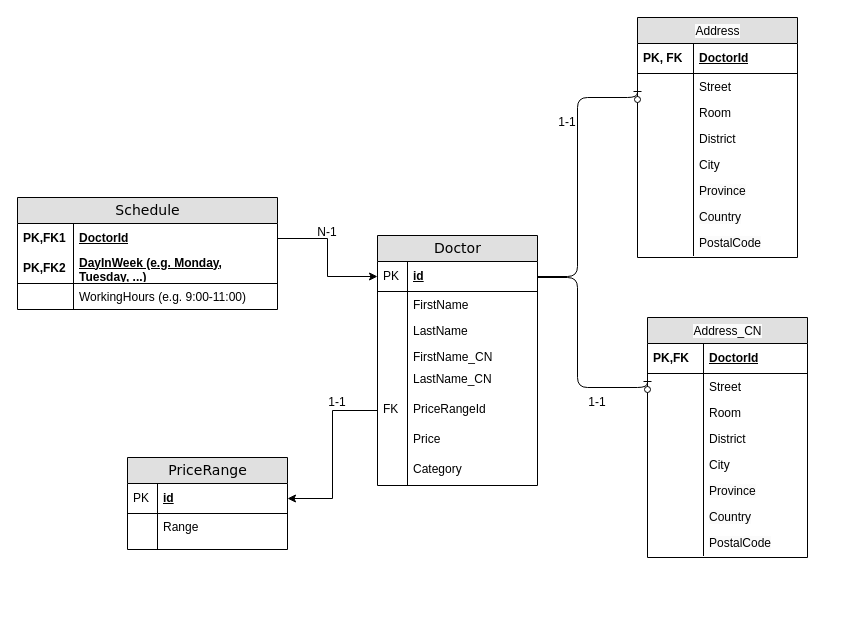
Before: ER.drawio in minozihao/python_backend_doctor_project, a draw.io diagram. Source tidied: cells renumbered, new cells numbered last; positions are measured from the earlier drawing's top-left corner, leaving out a move shared by most shapes. Both pictures are drawn from the tidied source at 100%, with x=0, y=0 at pixel (17, 17).
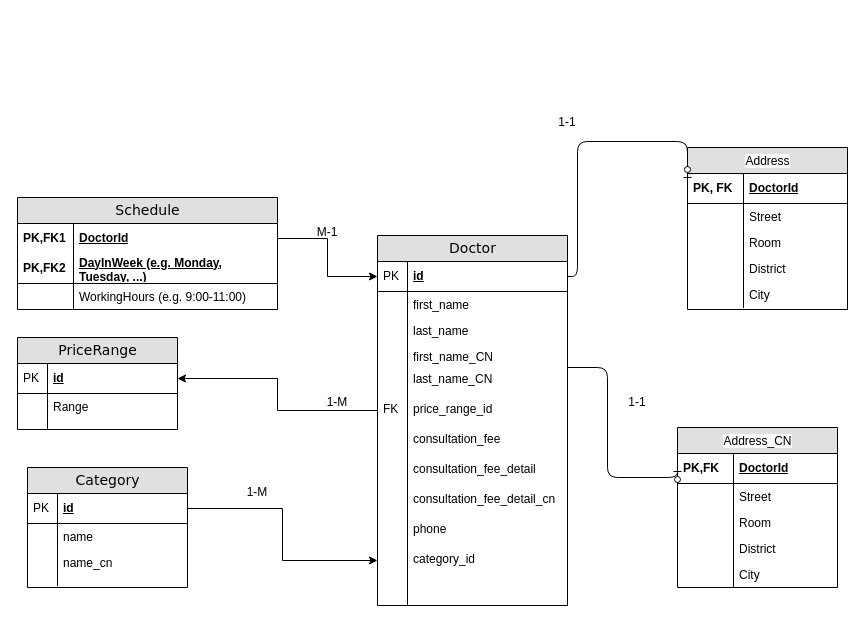
Above is the later version.

Unchanged cells that the change refers to:
```xml
<mxCell id="3" value="DoctorId" style="shape=partialRectangle;top=0;left=0;right=0;bottom=1;html=1;align=left;verticalAlign=middle;fillColor=none;spacingLeft=60;spacingRight=4;whiteSpace=wrap;overflow=hidden;points=[[0,0.5],[1,0.5]];portConstraint=eastwest;fontStyle=5;" parent="2" vertex="1">
  <mxGeometry y="26" width="160" height="30" as="geometry" />
</mxCell>
```

What changed in the source:
```diff
@@
     <mxCell id="2" value="&lt;span style=&quot;color: rgb(0, 0, 0); font-family: Helvetica; font-size: 12px; font-style: normal; font-variant-ligatures: normal; font-variant-caps: normal; font-weight: 400; letter-spacing: normal; orphans: 2; text-align: left; text-indent: 0px; text-transform: none; white-space: normal; widows: 2; word-spacing: 0px; -webkit-text-stroke-width: 0px; background-color: rgb(251, 251, 251); text-decoration-thickness: initial; text-decoration-style: initial; text-decoration-color: initial; display: inline !important; float: none;&quot;&gt;Address&lt;/span&gt;" style="swimlane;html=1;fontStyle=0;horizontal=1;startSize=26;fillColor=#e0e0e0;swimlaneFillColor=#ffffff;align=center;rounded=0;shadow=0;comic=0;labelBackgroundColor=none;strokeWidth=1;fontFamily=Verdana;fontSize=14;" parent="1" vertex="1">
-      <mxGeometry x="620" width="160" height="240" as="geometry" />
+      <mxGeometry x="670" y="130" width="160" height="162" as="geometry" />
     </mxCell>
@@
-    <mxCell id="13" value="&lt;span style=&quot;color: rgb(0, 0, 0); font-family: Helvetica; font-size: 12px; font-style: normal; font-variant-ligatures: normal; font-variant-caps: normal; font-weight: 400; letter-spacing: normal; orphans: 2; text-align: left; text-indent: 0px; text-transform: none; white-space: normal; widows: 2; word-spacing: 0px; -webkit-text-stroke-width: 0px; background-color: rgb(251, 251, 251); text-decoration-thickness: initial; text-decoration-style: initial; text-decoration-color: initial; display: inline !important; float: none;&quot;&gt;Province&lt;/span&gt;" style="shape=partialRectangle;top=0;left=0;right=0;bottom=0;html=1;align=left;verticalAlign=top;fillColor=none;spacingLeft=60;spacingRight=4;whiteSpace=wrap;overflow=hidden;" parent="2" vertex="1">
-      <mxGeometry y="160" width="160" height="26" as="geometry" />
-    </mxCell>
-    <mxCell id="14" style="shape=partialRectangle;top=0;left=0;bottom=0;html=1;fillColor=none;align=left;verticalAlign=top;spacingLeft=4;spacingRight=4;whiteSpace=wrap;overflow=hidden;" parent="13" vertex="1">
-      <mxGeometry width="56" height="26" as="geometry" />
-    </mxCell>
-    <mxCell id="15" value="&lt;span style=&quot;color: rgb(0, 0, 0); font-family: Helvetica; font-size: 12px; font-style: normal; font-variant-ligatures: normal; font-variant-caps: normal; font-weight: 400; letter-spacing: normal; orphans: 2; text-align: left; text-indent: 0px; text-transform: none; white-space: normal; widows: 2; word-spacing: 0px; -webkit-text-stroke-width: 0px; background-color: rgb(251, 251, 251); text-decoration-thickness: initial; text-decoration-style: initial; text-decoration-color: initial; display: inline !important; float: none;&quot;&gt;Country&lt;/span&gt;" style="shape=partialRectangle;top=0;left=0;right=0;bottom=0;html=1;align=left;verticalAlign=top;fillColor=none;spacingLeft=60;spacingRight=4;whiteSpace=wrap;overflow=hidden;" parent="2" vertex="1">
-      <mxGeometry y="186" width="160" height="26" as="geometry" />
-    </mxCell>
-    <mxCell id="16" style="shape=partialRectangle;top=0;left=0;bottom=0;html=1;fillColor=none;align=left;verticalAlign=top;spacingLeft=4;spacingRight=4;whiteSpace=wrap;overflow=hidden;" parent="15" vertex="1">
-      <mxGeometry width="56" height="26" as="geometry" />
-    </mxCell>
-    <mxCell id="17" value="&lt;span style=&quot;color: rgb(0, 0, 0); font-family: Helvetica; font-size: 12px; font-style: normal; font-variant-ligatures: normal; font-variant-caps: normal; font-weight: 400; letter-spacing: normal; orphans: 2; text-align: left; text-indent: 0px; text-transform: none; white-space: normal; widows: 2; word-spacing: 0px; -webkit-text-stroke-width: 0px; background-color: rgb(251, 251, 251); text-decoration-thickness: initial; text-decoration-style: initial; text-decoration-color: initial; display: inline !important; float: none;&quot;&gt;PostalCode&lt;/span&gt;" style="shape=partialRectangle;top=0;left=0;right=0;bottom=0;html=1;align=left;verticalAlign=top;fillColor=none;spacingLeft=60;spacingRight=4;whiteSpace=wrap;overflow=hidden;" parent="2" vertex="1">
-      <mxGeometry y="212" width="160" height="26" as="geometry" />
-    </mxCell>
-    <mxCell id="18" style="shape=partialRectangle;top=0;left=0;bottom=0;html=1;fillColor=none;align=left;verticalAlign=top;spacingLeft=4;spacingRight=4;whiteSpace=wrap;overflow=hidden;" parent="17" vertex="1">
-      <mxGeometry width="56" height="26" as="geometry" />
-    </mxCell>
     <mxCell id="19" value="PriceRange" style="swimlane;html=1;fontStyle=0;horizontal=1;startSize=26;fillColor=#e0e0e0;swimlaneFillColor=#ffffff;align=center;rounded=0;shadow=0;comic=0;labelBackgroundColor=none;strokeWidth=1;fontFamily=Verdana;fontSize=14;swimlaneLine=1;" parent="1" vertex="1">
-      <mxGeometry x="110" y="440" width="160" height="92" as="geometry" />
+      <mxGeometry y="320" width="160" height="92" as="geometry" />
     </mxCell>
@@
     <mxCell id="26" value="Doctor" style="swimlane;html=1;fontStyle=0;horizontal=1;startSize=26;fillColor=#e0e0e0;swimlaneFillColor=#ffffff;align=center;rounded=0;shadow=0;comic=0;labelBackgroundColor=none;strokeWidth=1;fontFamily=Verdana;fontSize=14;direction=east;" parent="1" vertex="1">
-      <mxGeometry x="360" y="218" width="160" height="250" as="geometry" />
+      <mxGeometry x="360" y="218" width="190" height="370" as="geometry" />
     </mxCell>
     <mxCell id="27" value="id" style="shape=partialRectangle;top=0;left=0;right=0;bottom=1;html=1;align=left;verticalAlign=middle;fillColor=none;spacingLeft=34;spacingRight=4;whiteSpace=wrap;overflow=hidden;points=[[0,0.5],[1,0.5]];portConstraint=eastwest;fontStyle=5;" parent="26" vertex="1">
-      <mxGeometry y="26" width="160" height="30" as="geometry" />
+      <mxGeometry y="26" width="190" height="30" as="geometry" />
     </mxCell>
@@
-    <mxCell id="29" value="FirstName" style="shape=partialRectangle;top=0;left=0;right=0;bottom=0;html=1;align=left;verticalAlign=top;fillColor=none;spacingLeft=34;spacingRight=4;whiteSpace=wrap;overflow=hidden;" parent="26" vertex="1">
-      <mxGeometry y="56" width="160" height="26" as="geometry" />
+    <mxCell id="29" value="first_name" style="shape=partialRectangle;top=0;left=0;right=0;bottom=0;html=1;align=left;verticalAlign=top;fillColor=none;spacingLeft=34;spacingRight=4;whiteSpace=wrap;overflow=hidden;" parent="26" vertex="1">
+      <mxGeometry y="56" width="190" height="26" as="geometry" />
     </mxCell>
@@
-    <mxCell id="31" value="LastName" style="shape=partialRectangle;top=0;left=0;right=0;bottom=0;html=1;align=left;verticalAlign=top;fillColor=none;spacingLeft=34;spacingRight=4;whiteSpace=wrap;overflow=hidden;" parent="26" vertex="1">
-      <mxGeometry y="82" width="160" height="26" as="geometry" />
+    <mxCell id="31" value="last_name" style="shape=partialRectangle;top=0;left=0;right=0;bottom=0;html=1;align=left;verticalAlign=top;fillColor=none;spacingLeft=34;spacingRight=4;whiteSpace=wrap;overflow=hidden;" parent="26" vertex="1">
+      <mxGeometry y="82" width="190" height="26" as="geometry" />
     </mxCell>
@@
-    <mxCell id="33" value="FirstName_CN" style="shape=partialRectangle;top=0;left=0;right=0;bottom=0;html=1;align=left;verticalAlign=top;fillColor=none;spacingLeft=34;spacingRight=4;whiteSpace=wrap;overflow=hidden;" parent="26" vertex="1">
-      <mxGeometry y="108" width="160" height="22" as="geometry" />
+    <mxCell id="33" value="first_name_CN" style="shape=partialRectangle;top=0;left=0;right=0;bottom=0;html=1;align=left;verticalAlign=top;fillColor=none;spacingLeft=34;spacingRight=4;whiteSpace=wrap;overflow=hidden;" parent="26" vertex="1">
+      <mxGeometry y="108" width="190" height="22" as="geometry" />
     </mxCell>
@@
-    <mxCell id="35" value="LastName_CN" style="shape=partialRectangle;top=0;left=0;right=0;bottom=0;html=1;align=left;verticalAlign=top;fillColor=none;spacingLeft=34;spacingRight=4;whiteSpace=wrap;overflow=hidden;" parent="26" vertex="1">
-      <mxGeometry y="130" width="160" height="30" as="geometry" />
+    <mxCell id="35" value="last_name_CN" style="shape=partialRectangle;top=0;left=0;right=0;bottom=0;html=1;align=left;verticalAlign=top;fillColor=none;spacingLeft=34;spacingRight=4;whiteSpace=wrap;overflow=hidden;" parent="26" vertex="1">
+      <mxGeometry y="130" width="190" height="30" as="geometry" />
     </mxCell>
@@
-    <mxCell id="37" value="PriceRangeId" style="shape=partialRectangle;top=0;left=0;right=0;bottom=0;html=1;align=left;verticalAlign=top;fillColor=none;spacingLeft=34;spacingRight=4;whiteSpace=wrap;overflow=hidden;points=[[0,0.5],[1,0.5]];portConstraint=eastwest;" parent="26" vertex="1">
-      <mxGeometry y="160" width="160" height="30" as="geometry" />
+    <mxCell id="37" value="price_range_id" style="shape=partialRectangle;top=0;left=0;right=0;bottom=0;html=1;align=left;verticalAlign=top;fillColor=none;spacingLeft=34;spacingRight=4;whiteSpace=wrap;overflow=hidden;points=[[0,0.5],[1,0.5]];portConstraint=eastwest;" parent="26" vertex="1">
+      <mxGeometry y="160" width="190" height="30" as="geometry" />
     </mxCell>
@@
-    <mxCell id="39" value="Price" style="shape=partialRectangle;top=0;left=0;right=0;bottom=0;html=1;align=left;verticalAlign=top;fillColor=none;spacingLeft=34;spacingRight=4;whiteSpace=wrap;overflow=hidden;" parent="26" vertex="1">
-      <mxGeometry y="190" width="160" height="30" as="geometry" />
+    <mxCell id="39" value="consultation_fee" style="shape=partialRectangle;top=0;left=0;right=0;bottom=0;html=1;align=left;verticalAlign=top;fillColor=none;spacingLeft=34;spacingRight=4;whiteSpace=wrap;overflow=hidden;" parent="26" vertex="1">
+      <mxGeometry y="190" width="190" height="30" as="geometry" />
     </mxCell>
@@
-    <mxCell id="41" value="Category" style="shape=partialRectangle;top=0;left=0;right=0;bottom=0;html=1;align=left;verticalAlign=top;fillColor=none;spacingLeft=34;spacingRight=4;whiteSpace=wrap;overflow=hidden;" parent="26" vertex="1">
-      <mxGeometry y="220" width="160" height="30" as="geometry" />
+    <mxCell id="41" value="consultation_fee_detail" style="shape=partialRectangle;top=0;left=0;right=0;bottom=0;html=1;align=left;verticalAlign=top;fillColor=none;spacingLeft=34;spacingRight=4;whiteSpace=wrap;overflow=hidden;" parent="26" vertex="1">
+      <mxGeometry y="220" width="190" height="30" as="geometry" />
     </mxCell>
@@
+    <mxCell id="75" value="consultation_fee_detail_cn" style="shape=partialRectangle;top=0;left=0;right=0;bottom=0;html=1;align=left;verticalAlign=top;fillColor=none;spacingLeft=34;spacingRight=4;whiteSpace=wrap;overflow=hidden;" parent="26" vertex="1">
+      <mxGeometry y="250" width="190" height="30" as="geometry" />
+    </mxCell>
+    <mxCell id="76" style="shape=partialRectangle;top=0;left=0;bottom=0;html=1;fillColor=none;align=left;verticalAlign=top;spacingLeft=4;spacingRight=4;whiteSpace=wrap;overflow=hidden;" parent="75" vertex="1">
+      <mxGeometry width="30" height="30" as="geometry" />
+    </mxCell>
+    <mxCell id="77" value="phone" style="shape=partialRectangle;top=0;left=0;right=0;bottom=0;html=1;align=left;verticalAlign=top;fillColor=none;spacingLeft=34;spacingRight=4;whiteSpace=wrap;overflow=hidden;" parent="26" vertex="1">
+      <mxGeometry y="280" width="190" height="30" as="geometry" />
+    </mxCell>
+    <mxCell id="78" style="shape=partialRectangle;top=0;left=0;bottom=0;html=1;fillColor=none;align=left;verticalAlign=top;spacingLeft=4;spacingRight=4;whiteSpace=wrap;overflow=hidden;" parent="77" vertex="1">
+      <mxGeometry width="30" height="30" as="geometry" />
+    </mxCell>
+    <mxCell id="79" value="category_id" style="shape=partialRectangle;top=0;left=0;right=0;bottom=0;html=1;align=left;verticalAlign=top;fillColor=none;spacingLeft=34;spacingRight=4;whiteSpace=wrap;overflow=hidden;points=[[0,0.5],[1,0.5]];portConstraint=eastwest;" parent="26" vertex="1">
+      <mxGeometry y="310" width="190" height="30" as="geometry" />
+    </mxCell>
+    <mxCell id="80" style="shape=partialRectangle;top=0;left=0;bottom=0;html=1;fillColor=none;align=left;verticalAlign=top;spacingLeft=4;spacingRight=4;whiteSpace=wrap;overflow=hidden;" parent="79" vertex="1">
+      <mxGeometry width="30" height="30" as="geometry" />
+    </mxCell>
+    <mxCell id="81" style="shape=partialRectangle;top=0;left=0;right=0;bottom=0;html=1;align=left;verticalAlign=top;fillColor=none;spacingLeft=34;spacingRight=4;whiteSpace=wrap;overflow=hidden;" parent="26" vertex="1">
+      <mxGeometry y="340" width="190" height="30" as="geometry" />
+    </mxCell>
+    <mxCell id="82" style="shape=partialRectangle;top=0;left=0;bottom=0;html=1;fillColor=none;align=left;verticalAlign=top;spacingLeft=4;spacingRight=4;whiteSpace=wrap;overflow=hidden;" parent="81" vertex="1">
+      <mxGeometry width="30" height="30" as="geometry" />
+    </mxCell>
-    <mxCell id="43" style="edgeStyle=orthogonalEdgeStyle;html=1;endArrow=ERzeroToOne;endFill=1;labelBackgroundColor=none;fontFamily=Verdana;fontSize=14;exitX=1;exitY=0.5;" parent="1" edge="1" source="27">
+    <mxCell id="43" style="edgeStyle=orthogonalEdgeStyle;html=1;endArrow=ERzeroToOne;endFill=1;labelBackgroundColor=none;fontFamily=Verdana;fontSize=14;exitX=1;exitY=0.5;entryX=0;entryY=0.267;entryDx=0;entryDy=0;entryPerimeter=0;" parent="1" edge="1" source="27" target="3">
       <mxGeometry relative="1" as="geometry">
-        <mxPoint x="620" y="70" as="targetPoint" />
         <Array as="points">
           <mxPoint x="560" y="259" />
-          <mxPoint x="560" y="80" />
-          <mxPoint x="620" y="80" />
+          <mxPoint x="560" y="124" />
         </Array>
       </mxGeometry>
     </mxCell>
     <mxCell id="44" value="&lt;span style=&quot;color: rgb(0, 0, 0); font-family: Helvetica; font-size: 12px; font-style: normal; font-variant-ligatures: normal; font-variant-caps: normal; font-weight: 400; letter-spacing: normal; orphans: 2; text-align: left; text-indent: 0px; text-transform: none; white-space: normal; widows: 2; word-spacing: 0px; -webkit-text-stroke-width: 0px; background-color: rgb(251, 251, 251); text-decoration-thickness: initial; text-decoration-style: initial; text-decoration-color: initial; display: inline !important; float: none;&quot;&gt;Address_CN&lt;/span&gt;" style="swimlane;html=1;fontStyle=0;horizontal=1;startSize=26;fillColor=#e0e0e0;swimlaneFillColor=#ffffff;align=center;rounded=0;shadow=0;comic=0;labelBackgroundColor=none;strokeWidth=1;fontFamily=Verdana;fontSize=14;" parent="1" vertex="1">
-      <mxGeometry x="630" y="300" width="160" height="240" as="geometry" />
+      <mxGeometry x="660" y="410" width="160" height="160" as="geometry" />
     </mxCell>
@@
+    <mxCell id="61" style="edgeStyle=orthogonalEdgeStyle;html=1;endArrow=ERzeroToOne;endFill=1;labelBackgroundColor=none;fontFamily=Verdana;fontSize=14;" parent="44" edge="1">
+      <mxGeometry relative="1" as="geometry">
+        <mxPoint x="-110" y="-60" as="sourcePoint" />
+        <mxPoint y="40" as="targetPoint" />
+        <Array as="points">
+          <mxPoint x="-70" y="-60" />
+          <mxPoint x="-70" y="50" />
+          <mxPoint y="50" />
+        </Array>
+      </mxGeometry>
+    </mxCell>
@@
-    <mxCell id="55" value="&lt;span style=&quot;color: rgb(0, 0, 0); font-family: Helvetica; font-size: 12px; font-style: normal; font-variant-ligatures: normal; font-variant-caps: normal; font-weight: 400; letter-spacing: normal; orphans: 2; text-align: left; text-indent: 0px; text-transform: none; white-space: normal; widows: 2; word-spacing: 0px; -webkit-text-stroke-width: 0px; background-color: rgb(251, 251, 251); text-decoration-thickness: initial; text-decoration-style: initial; text-decoration-color: initial; display: inline !important; float: none;&quot;&gt;Province&lt;/span&gt;" style="shape=partialRectangle;top=0;left=0;right=0;bottom=0;html=1;align=left;verticalAlign=top;fillColor=none;spacingLeft=60;spacingRight=4;whiteSpace=wrap;overflow=hidden;" parent="44" vertex="1">
-      <mxGeometry y="160" width="160" height="26" as="geometry" />
-    </mxCell>
-    <mxCell id="56" style="shape=partialRectangle;top=0;left=0;bottom=0;html=1;fillColor=none;align=left;verticalAlign=top;spacingLeft=4;spacingRight=4;whiteSpace=wrap;overflow=hidden;" parent="55" vertex="1">
-      <mxGeometry width="56" height="26" as="geometry" />
-    </mxCell>
-    <mxCell id="57" value="&lt;span style=&quot;color: rgb(0, 0, 0); font-family: Helvetica; font-size: 12px; font-style: normal; font-variant-ligatures: normal; font-variant-caps: normal; font-weight: 400; letter-spacing: normal; orphans: 2; text-align: left; text-indent: 0px; text-transform: none; white-space: normal; widows: 2; word-spacing: 0px; -webkit-text-stroke-width: 0px; background-color: rgb(251, 251, 251); text-decoration-thickness: initial; text-decoration-style: initial; text-decoration-color: initial; display: inline !important; float: none;&quot;&gt;Country&lt;/span&gt;" style="shape=partialRectangle;top=0;left=0;right=0;bottom=0;html=1;align=left;verticalAlign=top;fillColor=none;spacingLeft=60;spacingRight=4;whiteSpace=wrap;overflow=hidden;" parent="44" vertex="1">
-      <mxGeometry y="186" width="160" height="26" as="geometry" />
-    </mxCell>
-    <mxCell id="58" style="shape=partialRectangle;top=0;left=0;bottom=0;html=1;fillColor=none;align=left;verticalAlign=top;spacingLeft=4;spacingRight=4;whiteSpace=wrap;overflow=hidden;" parent="57" vertex="1">
-      <mxGeometry width="56" height="26" as="geometry" />
-    </mxCell>
-    <mxCell id="59" value="&lt;span style=&quot;color: rgb(0, 0, 0); font-family: Helvetica; font-size: 12px; font-style: normal; font-variant-ligatures: normal; font-variant-caps: normal; font-weight: 400; letter-spacing: normal; orphans: 2; text-align: left; text-indent: 0px; text-transform: none; white-space: normal; widows: 2; word-spacing: 0px; -webkit-text-stroke-width: 0px; background-color: rgb(251, 251, 251); text-decoration-thickness: initial; text-decoration-style: initial; text-decoration-color: initial; display: inline !important; float: none;&quot;&gt;PostalCode&lt;/span&gt;" style="shape=partialRectangle;top=0;left=0;right=0;bottom=0;html=1;align=left;verticalAlign=top;fillColor=none;spacingLeft=60;spacingRight=4;whiteSpace=wrap;overflow=hidden;" parent="44" vertex="1">
-      <mxGeometry y="212" width="160" height="26" as="geometry" />
-    </mxCell>
-    <mxCell id="60" style="shape=partialRectangle;top=0;left=0;bottom=0;html=1;fillColor=none;align=left;verticalAlign=top;spacingLeft=4;spacingRight=4;whiteSpace=wrap;overflow=hidden;" parent="59" vertex="1">
-      <mxGeometry width="56" height="26" as="geometry" />
-    </mxCell>
-    <mxCell id="61" style="edgeStyle=orthogonalEdgeStyle;html=1;endArrow=ERzeroToOne;endFill=1;labelBackgroundColor=none;fontFamily=Verdana;fontSize=14;" parent="1" edge="1">
-      <mxGeometry relative="1" as="geometry">
-        <mxPoint x="520" y="260" as="sourcePoint" />
-        <mxPoint x="630" y="360" as="targetPoint" />
-        <Array as="points">
-          <mxPoint x="560" y="260" />
-          <mxPoint x="560" y="370" />
-          <mxPoint x="630" y="370" />
-        </Array>
-      </mxGeometry>
-    </mxCell>
@@
     <mxCell id="64" value="1-1" style="text;html=1;align=center;verticalAlign=middle;whiteSpace=wrap;rounded=0;" parent="1" vertex="1">
-      <mxGeometry x="550" y="370" width="60" height="30" as="geometry" />
+      <mxGeometry x="590" y="370" width="60" height="30" as="geometry" />
     </mxCell>
-    <mxCell id="65" value="1-1" style="text;html=1;align=center;verticalAlign=middle;whiteSpace=wrap;rounded=0;" parent="1" vertex="1">
+    <mxCell id="65" value="1-M" style="text;html=1;align=center;verticalAlign=middle;whiteSpace=wrap;rounded=0;" parent="1" vertex="1">
       <mxGeometry x="290" y="370" width="60" height="30" as="geometry" />
     </mxCell>
@@
-    <mxCell id="74" value="N-1" style="text;html=1;align=center;verticalAlign=middle;whiteSpace=wrap;rounded=0;" parent="1" vertex="1">
+    <mxCell id="74" value="M-1" style="text;html=1;align=center;verticalAlign=middle;whiteSpace=wrap;rounded=0;" parent="1" vertex="1">
       <mxGeometry x="280" y="200" width="60" height="30" as="geometry" />
     </mxCell>
+    <mxCell id="83" value="Category" style="swimlane;html=1;fontStyle=0;horizontal=1;startSize=26;fillColor=#e0e0e0;swimlaneFillColor=#ffffff;align=center;rounded=0;shadow=0;comic=0;labelBackgroundColor=none;strokeWidth=1;fontFamily=Verdana;fontSize=14;swimlaneLine=1;" parent="1" vertex="1">
+      <mxGeometry x="10" y="450" width="160" height="120" as="geometry" />
+    </mxCell>
+    <mxCell id="84" value="id" style="shape=partialRectangle;top=0;left=0;right=0;bottom=1;html=1;align=left;verticalAlign=middle;fillColor=none;spacingLeft=34;spacingRight=4;whiteSpace=wrap;overflow=hidden;points=[[0,0.5],[1,0.5]];portConstraint=eastwest;fontStyle=5;" parent="83" vertex="1">
+      <mxGeometry y="26" width="160" height="30" as="geometry" />
+    </mxCell>
+    <mxCell id="85" value="PK" style="shape=partialRectangle;top=0;left=0;bottom=0;html=1;fillColor=none;align=left;verticalAlign=middle;spacingLeft=4;spacingRight=4;whiteSpace=wrap;overflow=hidden;" parent="84" vertex="1">
+      <mxGeometry width="30" height="30" as="geometry" />
+    </mxCell>
+    <mxCell id="86" value="name" style="shape=partialRectangle;top=0;left=0;right=0;bottom=0;html=1;align=left;verticalAlign=top;fillColor=none;spacingLeft=34;spacingRight=4;whiteSpace=wrap;overflow=hidden;" parent="83" vertex="1">
+      <mxGeometry y="56" width="160" height="26" as="geometry" />
+    </mxCell>
+    <mxCell id="87" style="shape=partialRectangle;top=0;left=0;bottom=0;html=1;fillColor=none;align=left;verticalAlign=top;spacingLeft=4;spacingRight=4;whiteSpace=wrap;overflow=hidden;" parent="86" vertex="1">
+      <mxGeometry width="30" height="26" as="geometry" />
+    </mxCell>
+    <mxCell id="88" value="name_cn" style="shape=partialRectangle;top=0;left=0;right=0;bottom=0;html=1;align=left;verticalAlign=top;fillColor=none;spacingLeft=34;spacingRight=4;whiteSpace=wrap;overflow=hidden;" parent="83" vertex="1">
+      <mxGeometry y="82" width="160" height="26" as="geometry" />
+    </mxCell>
+    <mxCell id="89" style="shape=partialRectangle;top=0;left=0;bottom=0;html=1;fillColor=none;align=left;verticalAlign=top;spacingLeft=4;spacingRight=4;whiteSpace=wrap;overflow=hidden;" parent="88" vertex="1">
+      <mxGeometry width="30" height="26" as="geometry" />
+    </mxCell>
+    <mxCell id="90" style="shape=partialRectangle;top=0;left=0;right=0;bottom=0;html=1;align=left;verticalAlign=top;fillColor=none;spacingLeft=34;spacingRight=4;whiteSpace=wrap;overflow=hidden;" parent="83" vertex="1">
+      <mxGeometry y="108" width="160" height="10" as="geometry" />
+    </mxCell>
+    <mxCell id="91" style="shape=partialRectangle;top=0;left=0;bottom=0;html=1;fillColor=none;align=left;verticalAlign=top;spacingLeft=4;spacingRight=4;whiteSpace=wrap;overflow=hidden;" parent="90" vertex="1">
+      <mxGeometry width="30" height="10" as="geometry" />
+    </mxCell>
+    <mxCell id="92" style="edgeStyle=orthogonalEdgeStyle;rounded=0;jettySize=auto;html=1;exitX=1;exitY=0.5;exitDx=0;exitDy=0;entryX=0;entryY=0.5;entryDx=0;entryDy=0;" parent="1" edge="1" source="84" target="79">
+      <mxGeometry relative="1" as="geometry" />
+    </mxCell>
+    <mxCell id="93" value="1-M" style="text;html=1;align=center;verticalAlign=middle;whiteSpace=wrap;rounded=0;" parent="1" vertex="1">
+      <mxGeometry x="210" y="460" width="60" height="30" as="geometry" />
+    </mxCell>
```
